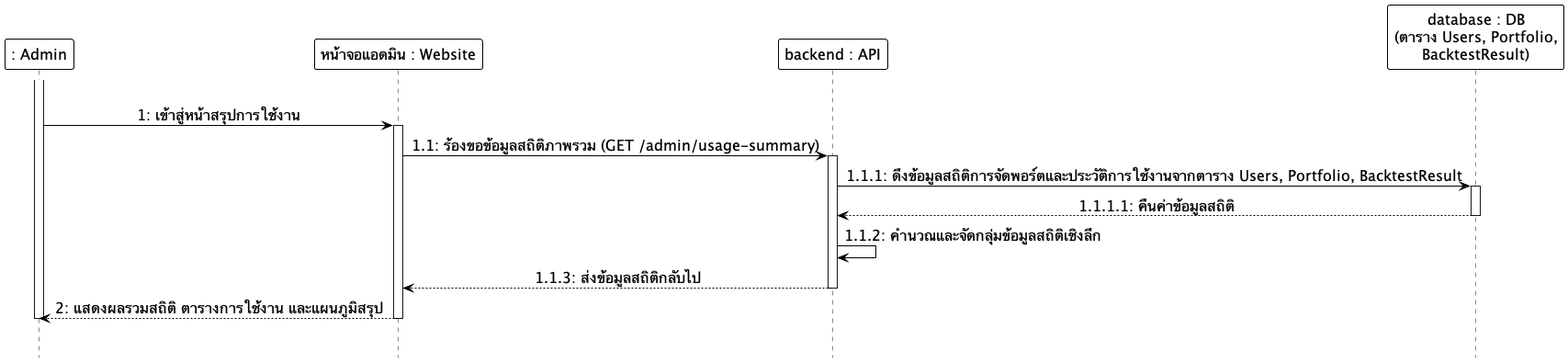
Anatta-at/my-portfolio-app keeps this PlantUML diagram as docs/diagrams/images/sequence/sequence_14_usage_summary.png. Above is the earlier version.
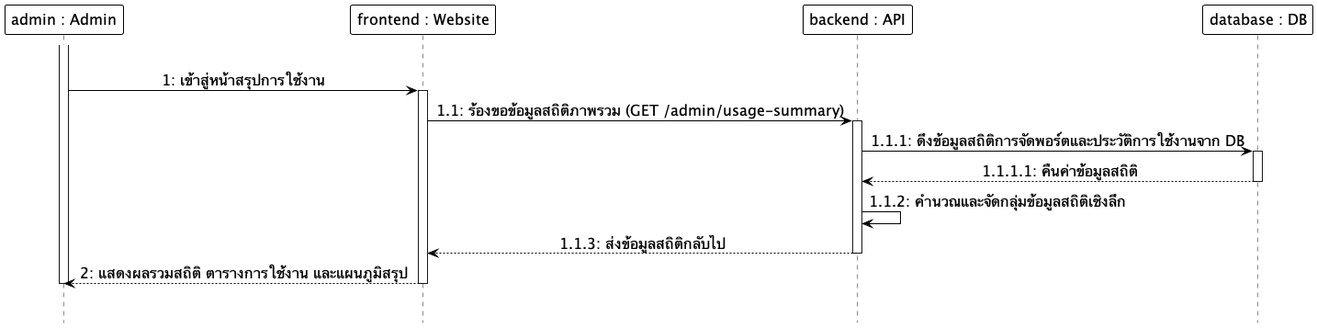
Above is the later version.

Change to the diagram source:
```diff
@@ -16,10 +16,10 @@
 skinparam ArrowFontSize 16
 skinparam sequenceMessageAlign center
 
-participant ": Admin" as Admin
-participant "หน้าจอแอดมิน : Website" as Frontend
+participant "admin : Admin" as Admin
+participant "frontend : Website" as Frontend
 participant "backend : API" as Backend
-participant "database : DB\n(ตาราง Users, Portfolio,\nBacktestResult)" as DB
+participant "database : DB" as DB
 
 |||
 activate Admin
@@ -27,7 +27,7 @@
 activate Frontend
 Frontend -> Backend: 1.1: ร้องขอข้อมูลสถิติภาพรวม (GET /admin/usage-summary)
 activate Backend
-Backend -> DB: 1.1.1: ดึงข้อมูลสถิติการจัดพอร์ตและประวัติการใช้งานจากตาราง Users, Portfolio, BacktestResult
+Backend -> DB: 1.1.1: ดึงข้อมูลสถิติการจัดพอร์ตและประวัติการใช้งานจาก DB
 activate DB
 DB --> Backend: 1.1.1.1: คืนค่าข้อมูลสถิติ
 deactivate DB
```
